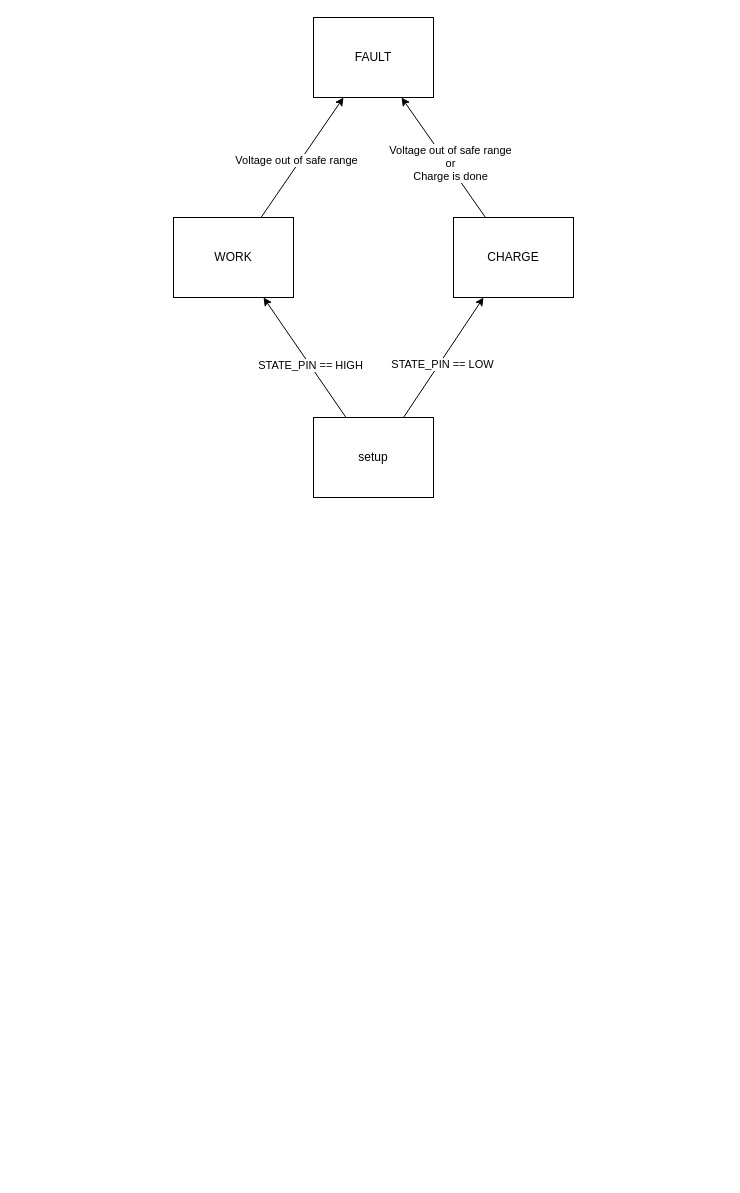
Jackiempty/bms-firmware keeps this draw.io diagram as flow_chart.drawio. Above is the earlier version. Source tidied: cells renumbered, new cells numbered last; positions are measured from the earlier drawing's top-left corner, leaving out a move shared by most shapes. Both pictures are drawn from the tidied source at 100%, with x=0, y=0 at pixel (173, 17).
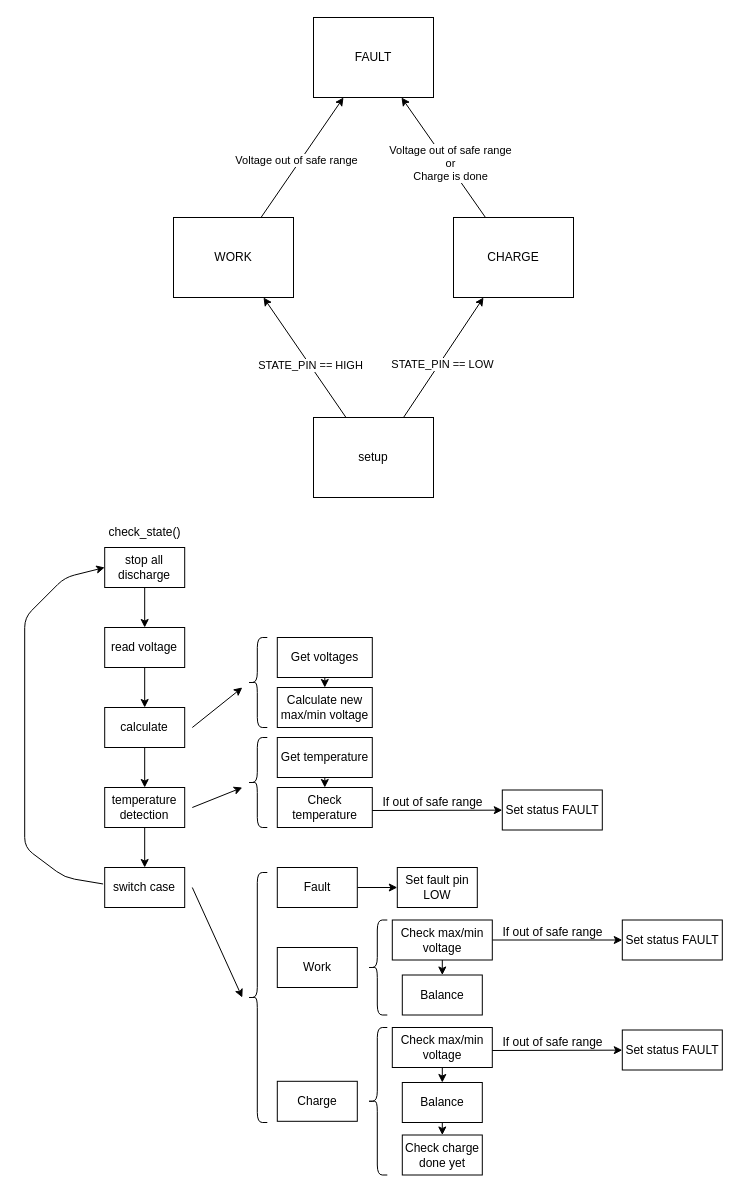
Above is the later version.

Commit message:
feat: Add work flow chart in drawio

The edit, as a diff of the source:
```diff
@@
+    <mxCell id="14" value="check_state()" style="text;html=1;align=center;verticalAlign=middle;strokeColor=none;fillColor=none;" parent="1" vertex="1">
+      <mxGeometry x="-78.8" y="500" width="100" height="30" as="geometry" />
+    </mxCell>
+    <mxCell id="15" style="edgeStyle=none;html=1;" parent="1" edge="1" source="16" target="18">
+      <mxGeometry relative="1" as="geometry" />
+    </mxCell>
+    <mxCell id="16" value="stop all discharge" style="rounded=0;whiteSpace=wrap;html=1;" parent="1" vertex="1">
+      <mxGeometry x="-68.8" y="530" width="80" height="40" as="geometry" />
+    </mxCell>
+    <mxCell id="17" style="edgeStyle=none;html=1;" parent="1" edge="1" source="18" target="20">
+      <mxGeometry relative="1" as="geometry" />
+    </mxCell>
+    <mxCell id="18" value="read voltage" style="rounded=0;whiteSpace=wrap;html=1;" parent="1" vertex="1">
+      <mxGeometry x="-68.8" y="610" width="80" height="40" as="geometry" />
+    </mxCell>
+    <mxCell id="19" style="edgeStyle=none;html=1;" parent="1" edge="1" source="20" target="23">
+      <mxGeometry relative="1" as="geometry" />
+    </mxCell>
+    <mxCell id="20" value="calculate" style="whiteSpace=wrap;html=1;rounded=0;" parent="1" vertex="1">
+      <mxGeometry x="-68.8" y="690" width="80" height="40" as="geometry" />
+    </mxCell>
+    <mxCell id="21" style="edgeStyle=none;html=1;" parent="1" edge="1" source="23" target="26">
+      <mxGeometry relative="1" as="geometry" />
+    </mxCell>
+    <mxCell id="22" style="edgeStyle=none;html=1;" parent="1" edge="1">
+      <mxGeometry relative="1" as="geometry">
+        <mxPoint x="18.8" y="790" as="sourcePoint" />
+        <mxPoint x="68.8" y="770" as="targetPoint" />
+      </mxGeometry>
+    </mxCell>
+    <mxCell id="23" value="temperature detection" style="whiteSpace=wrap;html=1;rounded=0;" parent="1" vertex="1">
+      <mxGeometry x="-68.8" y="770" width="80" height="40" as="geometry" />
+    </mxCell>
+    <mxCell id="24" style="edgeStyle=none;html=1;entryX=0;entryY=0.5;entryDx=0;entryDy=0;exitX=-0.02;exitY=0.412;exitDx=0;exitDy=0;exitPerimeter=0;" parent="1" edge="1" source="26" target="16">
+      <mxGeometry relative="1" as="geometry">
+        <Array as="points">
+          <mxPoint x="-108.8" y="860" />
+          <mxPoint x="-148.8" y="830" />
+          <mxPoint x="-148.8" y="600" />
+          <mxPoint x="-108.8" y="560" />
+        </Array>
+      </mxGeometry>
+    </mxCell>
+    <mxCell id="25" style="edgeStyle=none;html=1;" parent="1" edge="1">
+      <mxGeometry relative="1" as="geometry">
+        <mxPoint x="18.8" y="870" as="sourcePoint" />
+        <mxPoint x="68.8" y="980" as="targetPoint" />
+      </mxGeometry>
+    </mxCell>
+    <mxCell id="26" value="switch case" style="whiteSpace=wrap;html=1;rounded=0;" parent="1" vertex="1">
+      <mxGeometry x="-68.8" y="850" width="80" height="40" as="geometry" />
+    </mxCell>
+    <mxCell id="27" style="shape=curlyBracket;whiteSpace=wrap;html=1;rounded=1;labelPosition=left;verticalLabelPosition=middle;align=right;verticalAlign=middle;size=0.5;" parent="1" vertex="1">
+      <mxGeometry x="193.8" y="902.5" width="20" height="95" as="geometry" />
+    </mxCell>
+    <mxCell id="28" style="edgeStyle=none;html=1;" parent="1" edge="1" source="29" target="30">
+      <mxGeometry relative="1" as="geometry" />
+    </mxCell>
+    <mxCell id="29" value="Fault" style="whiteSpace=wrap;html=1;rounded=0;" parent="1" vertex="1">
+      <mxGeometry x="103.8" y="850" width="80" height="40" as="geometry" />
+    </mxCell>
+    <mxCell id="30" value="Set fault pin LOW" style="whiteSpace=wrap;html=1;rounded=0;" parent="1" vertex="1">
+      <mxGeometry x="223.8" y="850" width="80" height="40" as="geometry" />
+    </mxCell>
+    <mxCell id="31" value="Work" style="whiteSpace=wrap;html=1;rounded=0;" parent="1" vertex="1">
+      <mxGeometry x="103.8" y="930" width="80" height="40" as="geometry" />
+    </mxCell>
+    <mxCell id="32" value="&lt;span style=&quot;color: rgb(0, 0, 0);&quot;&gt;Charge&lt;/span&gt;" style="whiteSpace=wrap;html=1;rounded=0;" parent="1" vertex="1">
+      <mxGeometry x="103.8" y="1063.8" width="80" height="40" as="geometry" />
+    </mxCell>
+    <mxCell id="33" style="shape=curlyBracket;whiteSpace=wrap;html=1;rounded=1;labelPosition=left;verticalLabelPosition=middle;align=right;verticalAlign=middle;size=0.5;" parent="1" vertex="1">
+      <mxGeometry x="73.8" y="855" width="20" height="250" as="geometry" />
+    </mxCell>
+    <mxCell id="34" style="edgeStyle=none;html=1;" parent="1" edge="1" source="36" target="48">
+      <mxGeometry relative="1" as="geometry" />
+    </mxCell>
+    <mxCell id="35" style="edgeStyle=none;html=1;entryX=0.5;entryY=0;entryDx=0;entryDy=0;" parent="1" edge="1" source="36" target="37">
+      <mxGeometry relative="1" as="geometry" />
+    </mxCell>
+    <mxCell id="36" value="Check max/min voltage" style="whiteSpace=wrap;html=1;rounded=0;" parent="1" vertex="1">
+      <mxGeometry x="218.8" y="902.5" width="100" height="40" as="geometry" />
+    </mxCell>
+    <mxCell id="37" value="Balance" style="whiteSpace=wrap;html=1;rounded=0;" parent="1" vertex="1">
+      <mxGeometry x="228.8" y="957.5" width="80" height="40" as="geometry" />
+    </mxCell>
+    <mxCell id="38" style="shape=curlyBracket;whiteSpace=wrap;html=1;rounded=1;labelPosition=left;verticalLabelPosition=middle;align=right;verticalAlign=middle;size=0.5;" parent="1" vertex="1">
+      <mxGeometry x="193.8" y="1010" width="20" height="147.5" as="geometry" />
+    </mxCell>
+    <mxCell id="39" style="edgeStyle=none;html=1;entryX=0.5;entryY=0;entryDx=0;entryDy=0;" parent="1" edge="1" source="40" target="42">
+      <mxGeometry relative="1" as="geometry" />
+    </mxCell>
+    <mxCell id="40" value="Check max/min voltage" style="whiteSpace=wrap;html=1;rounded=0;" parent="1" vertex="1">
+      <mxGeometry x="218.8" y="1010" width="100" height="40" as="geometry" />
+    </mxCell>
+    <mxCell id="41" style="edgeStyle=none;html=1;" parent="1" edge="1" source="42" target="43">
+      <mxGeometry relative="1" as="geometry" />
+    </mxCell>
+    <mxCell id="42" value="Balance" style="whiteSpace=wrap;html=1;rounded=0;" parent="1" vertex="1">
+      <mxGeometry x="228.8" y="1065" width="80" height="40" as="geometry" />
+    </mxCell>
+    <mxCell id="43" value="Check charge done yet" style="whiteSpace=wrap;html=1;rounded=0;" parent="1" vertex="1">
+      <mxGeometry x="228.8" y="1117.5" width="80" height="40" as="geometry" />
+    </mxCell>
+    <mxCell id="44" style="shape=curlyBracket;whiteSpace=wrap;html=1;rounded=1;labelPosition=left;verticalLabelPosition=middle;align=right;verticalAlign=middle;size=0.5;" parent="1" vertex="1">
+      <mxGeometry x="73.8" y="720" width="20" height="90" as="geometry" />
+    </mxCell>
+    <mxCell id="45" style="edgeStyle=none;html=1;" parent="1" edge="1" source="46" target="47">
+      <mxGeometry relative="1" as="geometry" />
+    </mxCell>
+    <mxCell id="46" value="Get temperature" style="whiteSpace=wrap;html=1;rounded=0;" parent="1" vertex="1">
+      <mxGeometry x="103.8" y="720" width="95" height="40" as="geometry" />
+    </mxCell>
+    <mxCell id="47" value="Check temperature" style="whiteSpace=wrap;html=1;rounded=0;" parent="1" vertex="1">
+      <mxGeometry x="103.8" y="770" width="95" height="40" as="geometry" />
+    </mxCell>
+    <mxCell id="48" value="Set status FAULT" style="whiteSpace=wrap;html=1;rounded=0;" parent="1" vertex="1">
+      <mxGeometry x="448.8" y="902.5" width="100" height="40" as="geometry" />
+    </mxCell>
+    <mxCell id="49" value="If out of safe range" style="text;html=1;align=center;verticalAlign=middle;strokeColor=none;fillColor=none;" parent="1" vertex="1">
+      <mxGeometry x="318.8" y="900" width="120" height="30" as="geometry" />
+    </mxCell>
+    <mxCell id="50" style="edgeStyle=none;html=1;" parent="1" edge="1" target="51">
+      <mxGeometry relative="1" as="geometry">
+        <mxPoint x="318.8" y="1033" as="sourcePoint" />
+      </mxGeometry>
+    </mxCell>
+    <mxCell id="51" value="Set status FAULT" style="whiteSpace=wrap;html=1;rounded=0;" parent="1" vertex="1">
+      <mxGeometry x="448.8" y="1012.5" width="100" height="40" as="geometry" />
+    </mxCell>
+    <mxCell id="52" value="If out of safe range" style="text;html=1;align=center;verticalAlign=middle;strokeColor=none;fillColor=none;" parent="1" vertex="1">
+      <mxGeometry x="318.8" y="1010" width="120" height="30" as="geometry" />
+    </mxCell>
+    <mxCell id="53" style="edgeStyle=none;html=1;" parent="1" edge="1">
+      <mxGeometry relative="1" as="geometry">
+        <mxPoint x="18.8" y="710" as="sourcePoint" />
+        <mxPoint x="68.8" y="670" as="targetPoint" />
+      </mxGeometry>
+    </mxCell>
+    <mxCell id="54" style="shape=curlyBracket;whiteSpace=wrap;html=1;rounded=1;labelPosition=left;verticalLabelPosition=middle;align=right;verticalAlign=middle;size=0.5;" parent="1" vertex="1">
+      <mxGeometry x="73.8" y="620" width="20" height="90" as="geometry" />
+    </mxCell>
+    <mxCell id="55" style="edgeStyle=none;html=1;" parent="1" edge="1" source="56" target="57">
+      <mxGeometry relative="1" as="geometry" />
+    </mxCell>
+    <mxCell id="56" value="Get voltages" style="whiteSpace=wrap;html=1;rounded=0;" parent="1" vertex="1">
+      <mxGeometry x="103.8" y="620" width="95" height="40" as="geometry" />
+    </mxCell>
+    <mxCell id="57" value="Calculate new max/min voltage" style="whiteSpace=wrap;html=1;rounded=0;" parent="1" vertex="1">
+      <mxGeometry x="103.8" y="670" width="95" height="40" as="geometry" />
+    </mxCell>
+    <mxCell id="58" style="edgeStyle=none;html=1;" parent="1" edge="1" target="59">
+      <mxGeometry relative="1" as="geometry">
+        <mxPoint x="198.8" y="793" as="sourcePoint" />
+      </mxGeometry>
+    </mxCell>
+    <mxCell id="59" value="Set status FAULT" style="whiteSpace=wrap;html=1;rounded=0;" parent="1" vertex="1">
+      <mxGeometry x="328.8" y="772.5" width="100" height="40" as="geometry" />
+    </mxCell>
+    <mxCell id="60" value="If out of safe range" style="text;html=1;align=center;verticalAlign=middle;strokeColor=none;fillColor=none;" parent="1" vertex="1">
+      <mxGeometry x="198.8" y="770" width="120" height="30" as="geometry" />
+    </mxCell>
```
